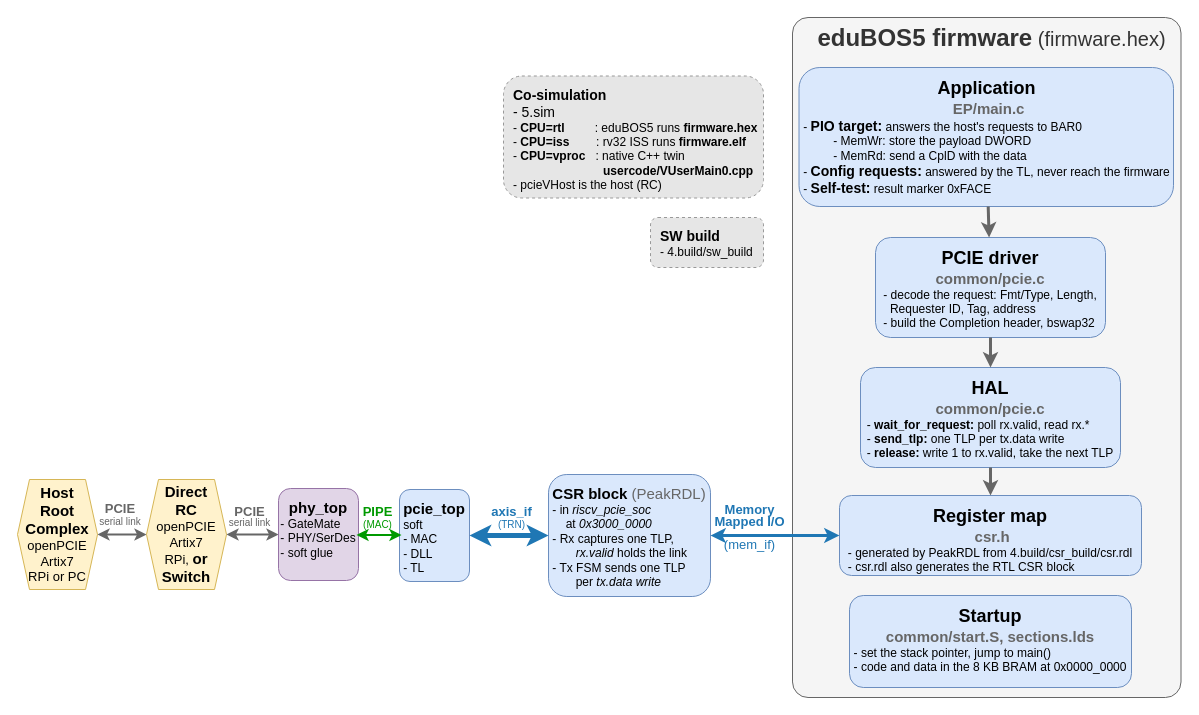
This is 0.doc/3.sw/sw-structure.drawio from chili-chips-ba/openCologne-PCIE, a draw.io file, before an edit. Source tidied: cells renumbered, new cells numbered last; positions are measured from the earlier drawing's top-left corner, leaving out a move shared by most shapes. Both pictures are drawn from the tidied source at 100%, with x=0, y=0 at pixel (17, 17).
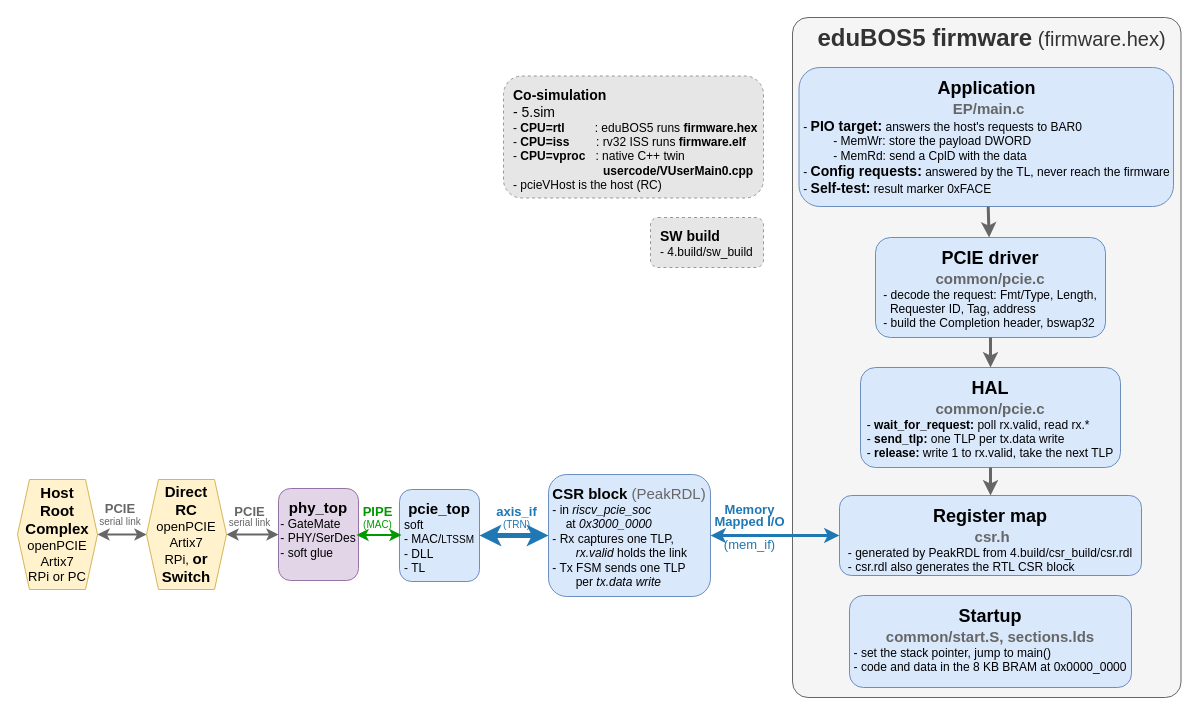
Above is the later version.

The edit, as a diff of the source:
```diff
@@
-    <mxCell id="12" value="&lt;b&gt;&lt;font style=&quot;font-size: 15px;&quot;&gt;pcie_top&lt;/font&gt;&lt;/b&gt;&lt;div style=&quot;text-align: left;&quot;&gt;soft&lt;/div&gt;&lt;div style=&quot;text-align: left;&quot;&gt;- MAC&lt;/div&gt;&lt;div style=&quot;text-align: left;&quot;&gt;- DLL&lt;/div&gt;&lt;div style=&quot;text-align: left;&quot;&gt;- TL&lt;br&gt;&lt;/div&gt;" style="rounded=1;whiteSpace=wrap;html=1;fillColor=#dae8fc;strokeColor=#6c8ebf;align=center;verticalAlign=top;spacingTop=4;" parent="1" vertex="1">
-      <mxGeometry x="382" y="472" width="70" height="92" as="geometry" />
+    <mxCell id="12" value="&lt;b&gt;&lt;font style=&quot;font-size: 15px;&quot;&gt;pcie_top&lt;/font&gt;&lt;/b&gt;&lt;div style=&quot;text-align: left;&quot;&gt;soft&lt;/div&gt;&lt;div style=&quot;text-align: left;&quot;&gt;- MAC/&lt;font style=&quot;font-size: 10px;&quot;&gt;LTSSM&lt;/font&gt;&lt;/div&gt;&lt;div style=&quot;text-align: left;&quot;&gt;- DLL&lt;/div&gt;&lt;div style=&quot;text-align: left;&quot;&gt;- TL&lt;br&gt;&lt;/div&gt;" style="rounded=1;whiteSpace=wrap;html=1;fillColor=#dae8fc;strokeColor=#6c8ebf;align=center;verticalAlign=top;spacingTop=4;" parent="1" vertex="1">
+      <mxGeometry x="382" y="472" width="80" height="92" as="geometry" />
     </mxCell>
```
